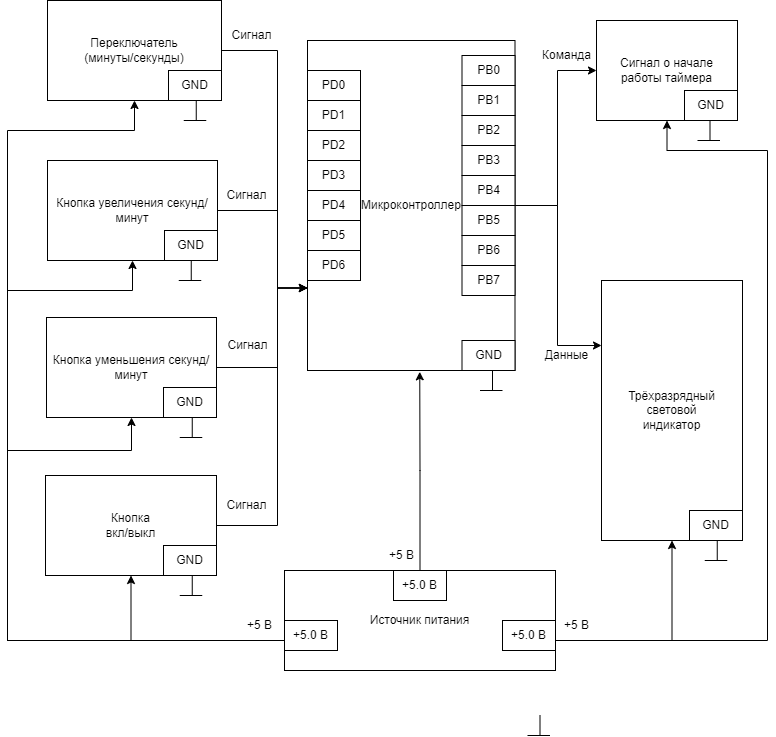
This is Схемыч!!!.png from IlyaFedoseev227/LABS-PNRPU-IVT-22-1b, a draw.io export, as it was before one commit. Source tidied: cells renumbered, new cells last; positions are measured from the earlier drawing's top-left corner, leaving out a move shared by most shapes.
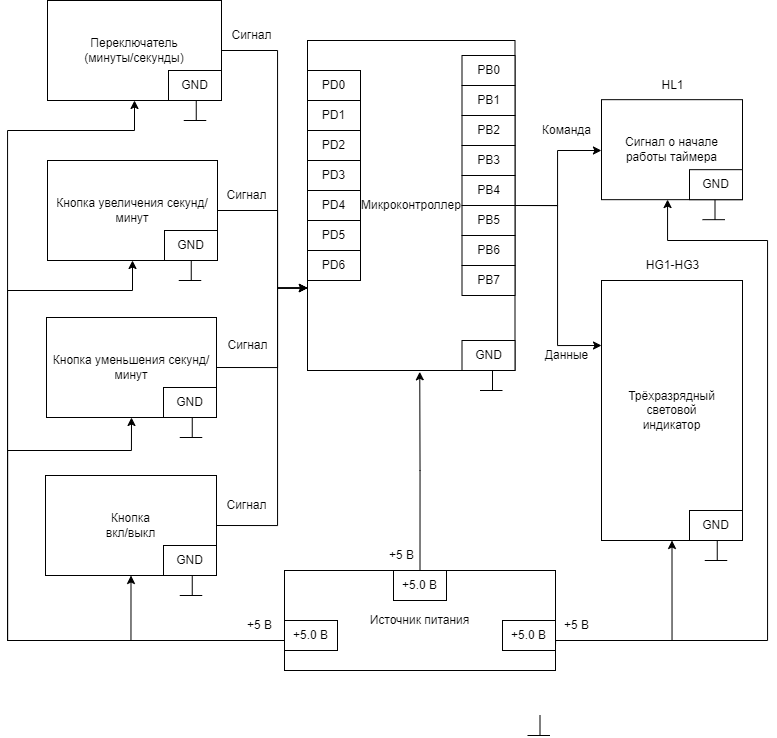
Above is the later version.

What changed in the source:
```diff
@@ -20,7 +20,8 @@
       <mxGeometry relative="1" as="geometry">
         <Array as="points">
           <mxPoint x="550" y="205" />
-          <mxPoint x="550" y="70" />
+          <mxPoint x="550" y="150" />
+          <mxPoint x="594" y="150" />
         </Array>
       </mxGeometry>
     </mxCell>
@@ -69,7 +70,7 @@
       <mxGeometry x="38" y="475" width="171" height="100" as="geometry" />
     </mxCell>
     <mxCell id="14" value="Сигнал о начале&lt;br&gt;работы таймера" style="rounded=0;whiteSpace=wrap;html=1;" parent="1" vertex="1">
-      <mxGeometry x="589" y="20" width="141" height="100" as="geometry" />
+      <mxGeometry x="594" y="99.2" width="141" height="100" as="geometry" />
     </mxCell>
     <mxCell id="15" style="edgeStyle=orthogonalEdgeStyle;rounded=0;jettySize=auto;html=1;exitX=0;exitY=0.5;exitDx=0;exitDy=0;entryX=0.5;entryY=1;entryDx=0;entryDy=0;" parent="1" edge="1" source="22" target="13">
       <mxGeometry relative="1" as="geometry">
@@ -106,13 +107,15 @@
         </Array>
       </mxGeometry>
     </mxCell>
-    <mxCell id="19" style="edgeStyle=orthogonalEdgeStyle;rounded=0;jettySize=auto;html=1;exitX=1;exitY=0.75;exitDx=0;exitDy=0;entryX=0.5;entryY=1;entryDx=0;entryDy=0;" parent="1" edge="1" source="22" target="14">
+    <mxCell id="19" style="edgeStyle=orthogonalEdgeStyle;rounded=0;jettySize=auto;html=1;exitX=1;exitY=0.75;exitDx=0;exitDy=0;" parent="1" edge="1" source="22">
       <mxGeometry relative="1" as="geometry">
+        <mxPoint x="660" y="199" as="targetPoint" />
         <Array as="points">
           <mxPoint x="548" y="640" />
           <mxPoint x="760" y="640" />
-          <mxPoint x="760" y="150" />
-          <mxPoint x="660" y="150" />
+          <mxPoint x="760" y="240" />
+          <mxPoint x="660" y="240" />
+          <mxPoint x="660" y="199" />
         </Array>
       </mxGeometry>
     </mxCell>
@@ -158,14 +161,14 @@
     </mxCell>
     <mxCell id="27" style="endArrow=none;html=1;rounded=0;" parent="1" edge="1">
       <mxGeometry relative="1" as="geometry">
-        <mxPoint x="690" y="140" as="sourcePoint" />
-        <mxPoint x="712.5" y="140" as="targetPoint" />
+        <mxPoint x="695" y="219.2" as="sourcePoint" />
+        <mxPoint x="717.5" y="219.2" as="targetPoint" />
       </mxGeometry>
     </mxCell>
     <mxCell id="28" style="endArrow=none;html=1;rounded=0;" parent="1" edge="1">
       <mxGeometry x="1" y="-32" relative="1" as="geometry">
-        <mxPoint x="702.5" y="140" as="sourcePoint" />
-        <mxPoint x="702.5" y="120" as="targetPoint" />
+        <mxPoint x="707.5" y="219.2" as="sourcePoint" />
+        <mxPoint x="707.5" y="199.2" as="targetPoint" />
         <mxPoint x="-2" y="-10" as="offset" />
       </mxGeometry>
     </mxCell>
@@ -235,7 +238,7 @@
       </mxGeometry>
     </mxCell>
     <mxCell id="39" value="Команда" style="text;html=1;align=center;verticalAlign=middle;strokeColor=none;fillColor=none;" parent="1" vertex="1">
-      <mxGeometry x="524" y="40" width="70" height="30" as="geometry" />
+      <mxGeometry x="524" y="115" width="70" height="30" as="geometry" />
     </mxCell>
     <mxCell id="40" value="Данные" style="text;html=1;align=center;verticalAlign=middle;strokeColor=none;fillColor=none;" parent="1" vertex="1">
       <mxGeometry x="524" y="340" width="70" height="30" as="geometry" />
@@ -286,7 +289,7 @@
       <mxGeometry x="682" y="510" width="53" height="30" as="geometry" />
     </mxCell>
     <mxCell id="56" value="GND" style="rounded=0;whiteSpace=wrap;html=1;" parent="1" vertex="1">
-      <mxGeometry x="677" y="90" width="53" height="30" as="geometry" />
+      <mxGeometry x="682" y="169.2" width="53" height="30" as="geometry" />
     </mxCell>
     <mxCell id="57" value="PD0" style="rounded=0;whiteSpace=wrap;html=1;" parent="1" vertex="1">
       <mxGeometry x="300" y="70" width="53" height="30" as="geometry" />
@@ -336,5 +339,11 @@
     <mxCell id="72" value="GND" style="rounded=0;whiteSpace=wrap;html=1;" parent="1" vertex="1">
       <mxGeometry x="454.5" y="340" width="53" height="30" as="geometry" />
     </mxCell>
+    <mxCell id="73" value="HG1-HG3" style="text;html=1;align=center;verticalAlign=middle;strokeColor=none;fillColor=none;" parent="1" vertex="1">
+      <mxGeometry x="624.5" y="250" width="80" height="30" as="geometry" />
+    </mxCell>
+    <mxCell id="74" value="HL1" style="text;html=1;align=center;verticalAlign=middle;strokeColor=none;fillColor=none;" parent="1" vertex="1">
+      <mxGeometry x="639.5" y="70" width="50" height="30" as="geometry" />
+    </mxCell>
   </root>
 </mxGraphModel>
```
